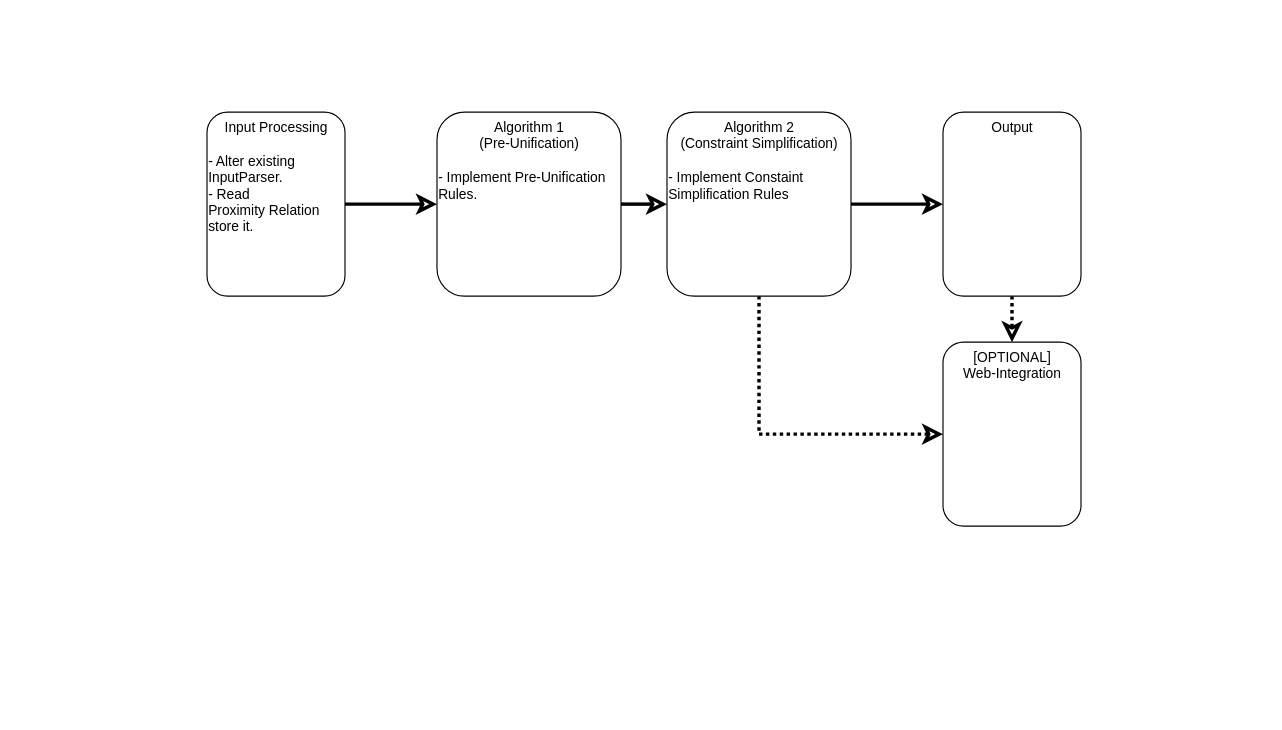
This is Documentation/Model.drawio from SophieHofmanninger/Solving-proximity-constraints, a draw.io file, before an edit. Source tidied: cells renumbered, new cells numbered last; positions are measured from the earlier drawing's top-left corner, leaving out a move shared by most shapes. Both pictures are drawn from the tidied source at 115%, with x=0, y=0 at pixel (206, 112).
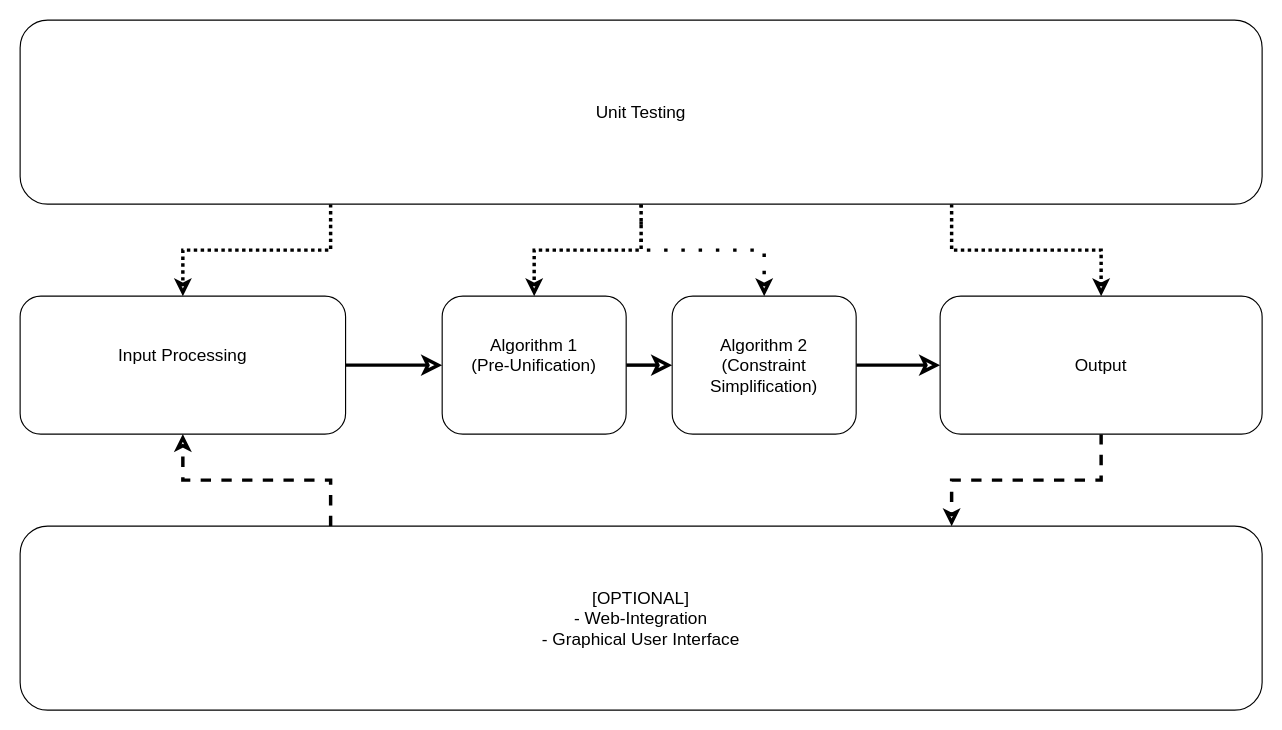
After the change.

Change to the diagram source:
```diff
@@
 <mxGraphModel>
   <root>
     <mxCell id="0" />
     <mxCell id="1" parent="0" />
     <mxCell id="2" style="edgeStyle=orthogonalEdgeStyle;rounded=0;jettySize=auto;html=1;entryX=0;entryY=0.5;entryDx=0;entryDy=0;strokeWidth=3;endArrow=classic;endFill=0;endSize=9;" parent="1" edge="1" source="3" target="5">
       <mxGeometry relative="1" as="geometry" />
     </mxCell>
-    <mxCell id="3" value="Input Processing&lt;br&gt;&lt;br&gt;&lt;div style=&quot;text-align: left&quot;&gt;- Alter existing&lt;/div&gt;&lt;div style=&quot;text-align: left&quot;&gt;InputParser.&lt;/div&gt;&lt;div style=&quot;text-align: left&quot;&gt;- Read&lt;/div&gt;&lt;div style=&quot;text-align: left&quot;&gt;Proximity Relation store it.&lt;/div&gt;&lt;div style=&quot;text-align: left&quot;&gt;&lt;br&gt;&lt;/div&gt;" style="rounded=1;whiteSpace=wrap;html=1;gradientColor=none;verticalAlign=top;" parent="1" vertex="1">
-      <mxGeometry x="0.5" width="120" height="160" as="geometry" />
+    <mxCell id="3" value="Input Processing&lt;br style=&quot;font-size: 15px&quot;&gt;&lt;div style=&quot;text-align: left ; font-size: 15px&quot;&gt;&lt;br style=&quot;font-size: 15px&quot;&gt;&lt;/div&gt;" style="rounded=1;whiteSpace=wrap;html=1;gradientColor=none;verticalAlign=middle;fontSize=15;" parent="1" vertex="1">
+      <mxGeometry x="-162" y="160" width="283" height="120" as="geometry" />
     </mxCell>
     <mxCell id="4" style="edgeStyle=orthogonalEdgeStyle;rounded=0;jettySize=auto;html=1;entryX=0;entryY=0.5;entryDx=0;entryDy=0;strokeWidth=3;endArrow=classic;endFill=0;endSize=9;" parent="1" edge="1" source="5" target="8">
       <mxGeometry relative="1" as="geometry" />
     </mxCell>
-    <mxCell id="5" value="Algorithm 1&lt;br&gt;(Pre-Unification)&lt;br&gt;&lt;br&gt;&lt;div style=&quot;text-align: left&quot;&gt;- Implement Pre-Unification Rules.&lt;/div&gt;&lt;div style=&quot;text-align: left&quot;&gt;&lt;br&gt;&lt;/div&gt;" style="rounded=1;whiteSpace=wrap;html=1;verticalAlign=top;" parent="1" vertex="1">
-      <mxGeometry x="200.5" width="160" height="160" as="geometry" />
+    <mxCell id="5" value="Algorithm 1&lt;br style=&quot;font-size: 15px;&quot;&gt;(Pre-Unification)&lt;br style=&quot;font-size: 15px;&quot;&gt;&lt;div style=&quot;text-align: left; font-size: 15px;&quot;&gt;&lt;br style=&quot;font-size: 15px;&quot;&gt;&lt;/div&gt;" style="rounded=1;whiteSpace=wrap;html=1;verticalAlign=middle;fontSize=15;" parent="1" vertex="1">
+      <mxGeometry x="205" y="160" width="160" height="120" as="geometry" />
     </mxCell>
     <mxCell id="6" style="edgeStyle=orthogonalEdgeStyle;rounded=0;jettySize=auto;html=1;exitX=1;exitY=0.5;exitDx=0;exitDy=0;entryX=0;entryY=0.5;entryDx=0;entryDy=0;strokeWidth=3;endArrow=classic;endFill=0;endSize=9;" parent="1" edge="1" source="8" target="10">
       <mxGeometry relative="1" as="geometry" />
     </mxCell>
-    <mxCell id="7" style="edgeStyle=orthogonalEdgeStyle;rounded=0;jettySize=auto;html=1;entryX=0;entryY=0.5;entryDx=0;entryDy=0;strokeWidth=3;dashed=1;dashPattern=1 1;endArrow=classic;endFill=0;endSize=9;exitX=0.5;exitY=1;exitDx=0;exitDy=0;" parent="1" edge="1" source="8" target="11">
-      <mxGeometry relative="1" as="geometry">
-        <Array as="points">
-          <mxPoint x="480.5" y="280" />
-        </Array>
-      </mxGeometry>
-    </mxCell>
-    <mxCell id="8" value="Algorithm 2&lt;br&gt;(Constraint Simplification)&lt;br&gt;&lt;br&gt;&lt;div style=&quot;text-align: left&quot;&gt;- Implement Constaint Simplification Rules&lt;/div&gt;" style="rounded=1;whiteSpace=wrap;html=1;verticalAlign=top;" parent="1" vertex="1">
-      <mxGeometry x="400.5" width="160" height="160" as="geometry" />
+    <mxCell id="8" value="Algorithm 2&lt;br style=&quot;font-size: 15px;&quot;&gt;(Constraint Simplification)&lt;br style=&quot;font-size: 15px;&quot;&gt;" style="rounded=1;whiteSpace=wrap;html=1;verticalAlign=middle;fontSize=15;" parent="1" vertex="1">
+      <mxGeometry x="405" y="160" width="160" height="120" as="geometry" />
     </mxCell>
-    <mxCell id="9" style="edgeStyle=orthogonalEdgeStyle;rounded=0;jettySize=auto;html=1;entryX=0.5;entryY=0;entryDx=0;entryDy=0;dashed=1;dashPattern=1 1;endArrow=classic;endFill=0;endSize=9;strokeWidth=3;" parent="1" edge="1" source="10" target="11">
+    <mxCell id="9" style="edgeStyle=orthogonalEdgeStyle;rounded=0;jettySize=auto;html=1;exitX=0.5;exitY=1;exitDx=0;exitDy=0;entryX=0.75;entryY=0;entryDx=0;entryDy=0;fontSize=15;strokeWidth=3;dashed=1;endArrow=classic;endFill=0;" parent="1" edge="1" source="10" target="11">
       <mxGeometry relative="1" as="geometry" />
     </mxCell>
-    <mxCell id="10" value="Output" style="rounded=1;whiteSpace=wrap;html=1;verticalAlign=top;" parent="1" vertex="1">
-      <mxGeometry x="640.5" width="120" height="160" as="geometry" />
+    <mxCell id="10" value="Output" style="rounded=1;whiteSpace=wrap;html=1;verticalAlign=middle;fontSize=15;" parent="1" vertex="1">
+      <mxGeometry x="638" y="160" width="280" height="120" as="geometry" />
     </mxCell>
+    <mxCell id="12" style="edgeStyle=orthogonalEdgeStyle;rounded=0;jettySize=auto;html=1;exitX=0.25;exitY=0;exitDx=0;exitDy=0;entryX=0.5;entryY=1;entryDx=0;entryDy=0;dashed=1;endArrow=classic;endFill=0;strokeWidth=3;fontSize=15;" parent="1" edge="1" source="11" target="3">
+      <mxGeometry relative="1" as="geometry" />
+    </mxCell>
-    <mxCell id="11" value="[OPTIONAL]&lt;br&gt;Web-Integration&lt;br&gt;" style="rounded=1;whiteSpace=wrap;html=1;verticalAlign=top;" parent="1" vertex="1">
-      <mxGeometry x="640.5" y="200" width="120" height="160" as="geometry" />
+    <mxCell id="11" value="&lt;font style=&quot;font-size: 15px;&quot;&gt;[OPTIONAL]&lt;br style=&quot;font-size: 15px;&quot;&gt;- Web-Integration&lt;br style=&quot;font-size: 15px;&quot;&gt;&lt;/font&gt;- Graphical User Interface&lt;br style=&quot;font-size: 15px;&quot;&gt;" style="rounded=1;whiteSpace=wrap;html=1;verticalAlign=middle;fontSize=15;" parent="1" vertex="1">
+      <mxGeometry x="-162" y="360" width="1080" height="160" as="geometry" />
     </mxCell>
+    <mxCell id="13" style="edgeStyle=orthogonalEdgeStyle;rounded=0;jettySize=auto;html=1;exitX=0.25;exitY=1;exitDx=0;exitDy=0;entryX=0.5;entryY=0;entryDx=0;entryDy=0;endArrow=classic;endFill=0;strokeWidth=3;fontSize=15;dashed=1;dashPattern=1 1;" parent="1" edge="1" source="17" target="3">
+      <mxGeometry relative="1" as="geometry" />
+    </mxCell>
+    <mxCell id="14" style="edgeStyle=orthogonalEdgeStyle;rounded=0;jettySize=auto;html=1;exitX=0.5;exitY=1;exitDx=0;exitDy=0;entryX=0.5;entryY=0;entryDx=0;entryDy=0;dashed=1;dashPattern=1 1;endArrow=classic;endFill=0;strokeWidth=3;fontSize=15;" parent="1" edge="1" source="17" target="5">
+      <mxGeometry relative="1" as="geometry" />
+    </mxCell>
+    <mxCell id="15" style="edgeStyle=orthogonalEdgeStyle;rounded=0;jettySize=auto;html=1;exitX=0.5;exitY=1;exitDx=0;exitDy=0;entryX=0.5;entryY=0;entryDx=0;entryDy=0;dashed=1;dashPattern=1 4;endArrow=classic;endFill=0;strokeWidth=3;fontSize=15;" parent="1" edge="1" source="17" target="8">
+      <mxGeometry relative="1" as="geometry" />
+    </mxCell>
+    <mxCell id="16" style="edgeStyle=orthogonalEdgeStyle;rounded=0;jettySize=auto;html=1;exitX=0.75;exitY=1;exitDx=0;exitDy=0;dashed=1;dashPattern=1 1;endArrow=classic;endFill=0;strokeWidth=3;fontSize=15;" parent="1" edge="1" source="17" target="10">
+      <mxGeometry relative="1" as="geometry" />
+    </mxCell>
+    <mxCell id="17" value="Unit Testing&lt;br style=&quot;font-size: 15px;&quot;&gt;" style="rounded=1;whiteSpace=wrap;html=1;verticalAlign=middle;fontSize=15;" parent="1" vertex="1">
+      <mxGeometry x="-162" y="-80" width="1080" height="160" as="geometry" />
+    </mxCell>
   </root>
 </mxGraphModel>
```
